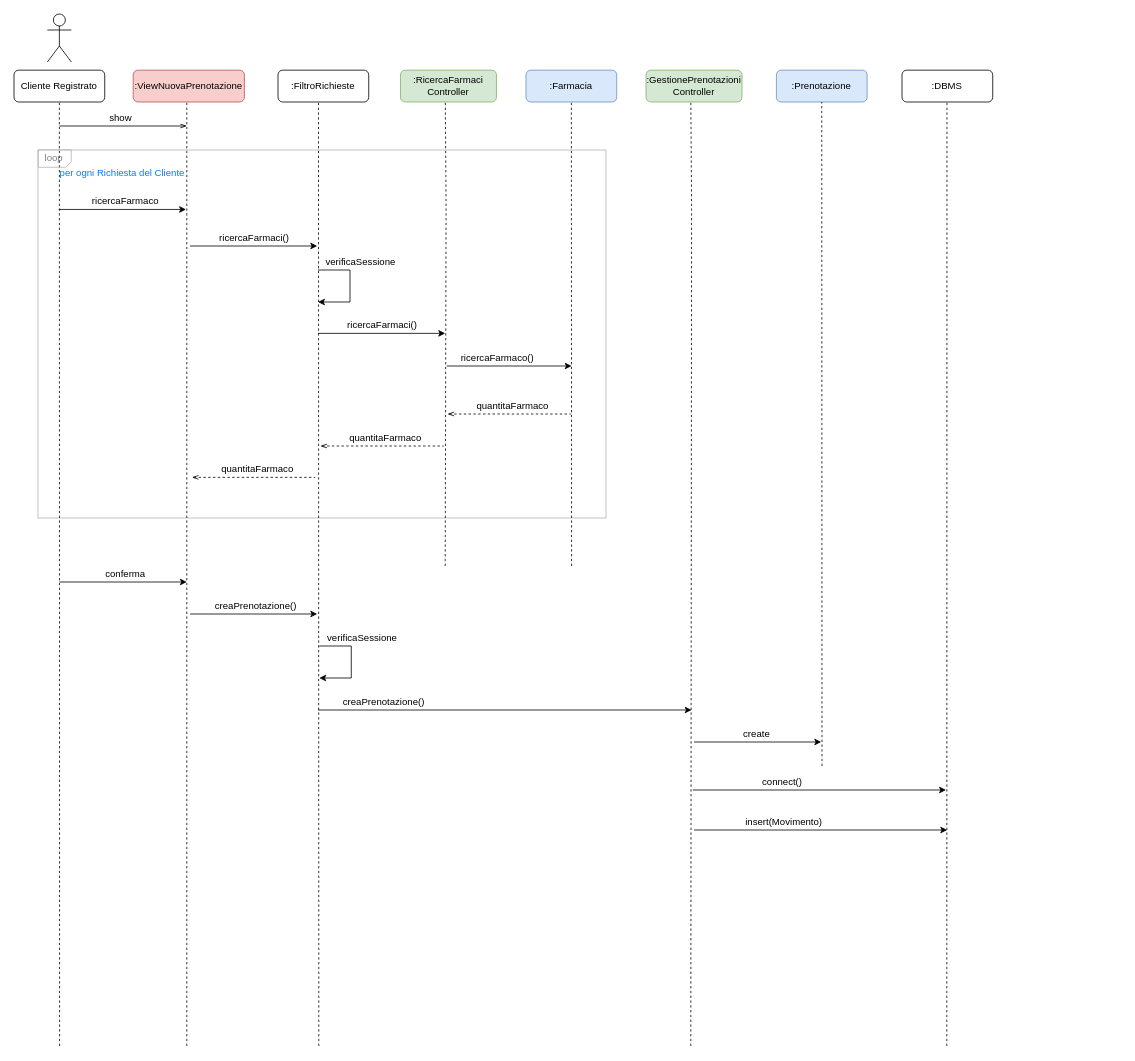
Before: page "NuovaPrenotazione" (1 of 2) of drawio/ArchitetturaLogicaProgettazione2.drawio in lnwor/farmabyte-doc, a draw.io diagram. Source tidied: cells renumbered, new cells numbered last; positions are measured from the earlier drawing's top-left corner, leaving out a move shared by most shapes. Both pictures are drawn from the tidied source at 80%, with x=0, y=0 at pixel (14, 14).
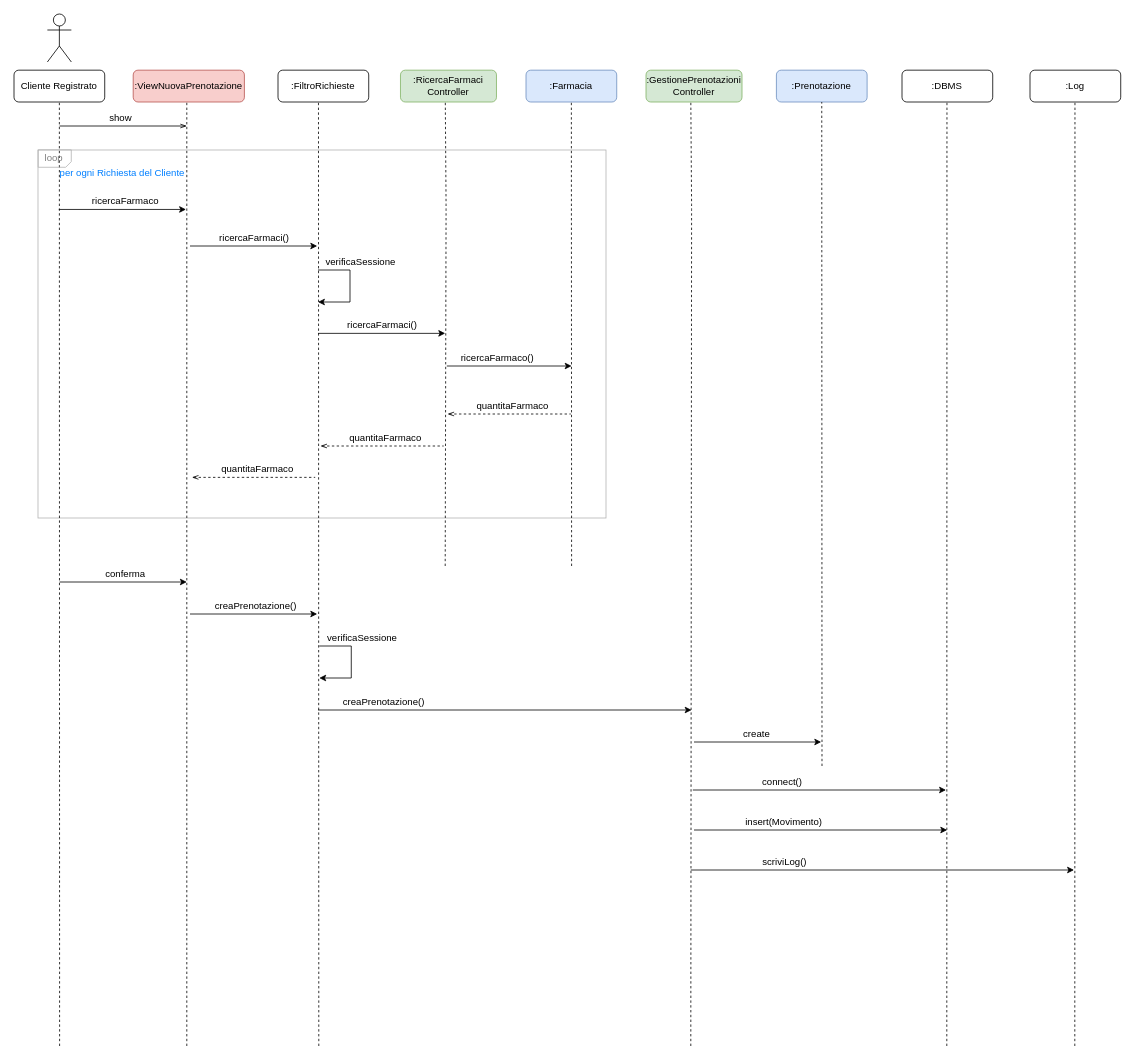
The same page after the edit.

Diff of the diagram source:
```diff
@@
+    <mxCell id="55" value=":Log" style="rounded=1;whiteSpace=wrap;html=1;" parent="1" vertex="1">
+      <mxGeometry x="1270" y="70.2" width="113.4" height="39.8" as="geometry" />
+    </mxCell>
+    <mxCell id="56" style="endArrow=none;dashed=1;html=1;entryX=0.5;entryY=1;entryDx=0;entryDy=0;" parent="1" edge="1">
+      <mxGeometry relative="1" as="geometry">
+        <mxPoint x="1326" y="1290" as="sourcePoint" />
+        <mxPoint x="1326.2" y="110" as="targetPoint" />
+      </mxGeometry>
+    </mxCell>
+    <mxCell id="57" style="endArrow=classic;html=1;" parent="1" edge="1">
+      <mxGeometry relative="1" as="geometry">
+        <mxPoint x="846" y="1070" as="sourcePoint" />
+        <mxPoint x="1325" y="1070" as="targetPoint" />
+      </mxGeometry>
+    </mxCell>
+    <mxCell id="58" value="scriviLog()" style="text;html=1;align=center;verticalAlign=middle;strokeColor=none;" parent="1" vertex="1">
+      <mxGeometry x="927.9" y="1050" width="70" height="20" as="geometry" />
+    </mxCell>
```
